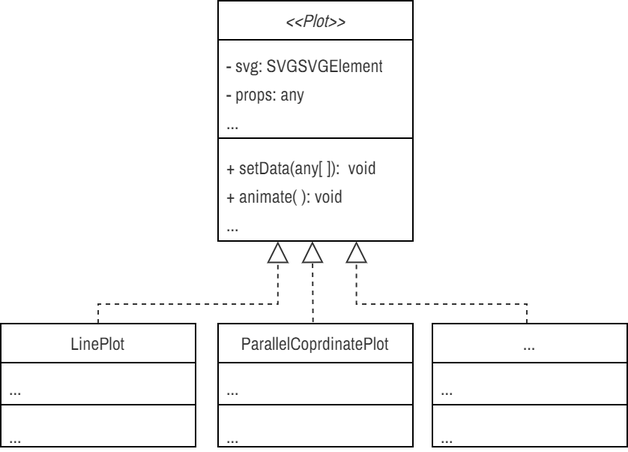
Above: public/static/doc/plot-classes.png in saifulkhan/storytelling-vis (draw.io), before the change. Source tidied: cells renumbered, new cells last; positions are measured from the earlier drawing's top-left corner, leaving out a move shared by most shapes.
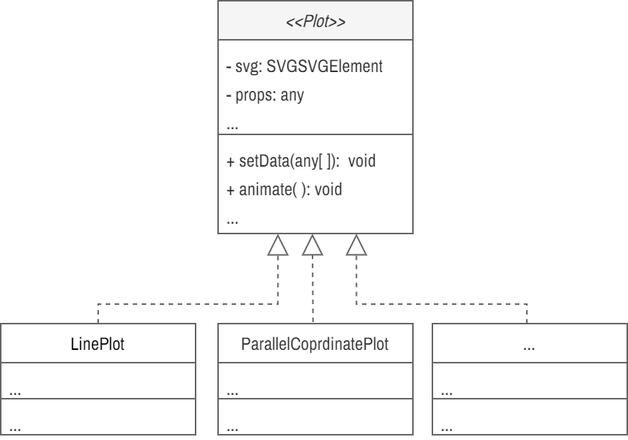
After the change.

Diff of the diagram source:
```diff
@@ -2,31 +2,25 @@
   <root>
     <mxCell id="0" />
     <mxCell id="1" parent="0" />
-    <mxCell id="2" value="&lt;font face=&quot;Archivo Narrow&quot; style=&quot;font-size: 12px; font-weight: normal;&quot;&gt;&lt;i&gt;&amp;lt;&amp;lt;Plot&amp;gt;&amp;gt;&lt;/i&gt;&lt;/font&gt;" style="swimlane;fontStyle=1;align=center;verticalAlign=top;horizontal=1;startSize=26;whiteSpace=wrap;html=1;fontFamily=Fira Sans Extra Condensed;fontSource=https%3A%2F%2Ffonts.googleapis.com%2Fcss%3Ffamily%3DFira%2BSans%2BExtra%2BCondensed;fontSize=12;fontColor=#333333;" parent="1" vertex="1">
-      <mxGeometry x="145" width="130" height="160" as="geometry" />
+    <mxCell id="2" value="&lt;font face=&quot;Archivo Narrow&quot; style=&quot;font-size: 12px; font-weight: normal;&quot;&gt;&lt;i&gt;&amp;lt;&amp;lt;Plot&amp;gt;&amp;gt;&lt;/i&gt;&lt;/font&gt;" style="swimlane;fontStyle=1;align=center;verticalAlign=top;horizontal=1;startSize=26;whiteSpace=wrap;html=1;fontFamily=Fira Sans Extra Condensed;fontSource=https%3A%2F%2Ffonts.googleapis.com%2Fcss%3Ffamily%3DFira%2BSans%2BExtra%2BCondensed;fontSize=12;fontColor=#333333;fillColor=#f5f5f5;strokeColor=#666666;" parent="1" vertex="1">
+      <mxGeometry x="145" width="130" height="155" as="geometry" />
     </mxCell>
-    <mxCell id="3" value="&lt;font face=&quot;Archivo Narrow&quot; style=&quot;font-size: 12px;&quot;&gt;- svg: SVGSVGElement&lt;/font&gt;&lt;div&gt;&lt;font face=&quot;Archivo Narrow&quot; style=&quot;font-size: 12px;&quot;&gt;- props: any&lt;/font&gt;&lt;/div&gt;&lt;div&gt;&lt;span style=&quot;font-size: 12px; font-family: &amp;quot;Archivo Narrow&amp;quot;; background-color: initial;&quot;&gt;...&lt;/span&gt;&lt;br&gt;&lt;/div&gt;" style="text;strokeColor=none;fillColor=none;align=left;verticalAlign=top;spacingLeft=4;spacingRight=4;overflow=hidden;whiteSpace=wrap;html=1;fontFamily=Fira Sans Extra Condensed;fontSource=https%3A%2F%2Ffonts.googleapis.com%2Fcss%3Ffamily%3DFira%2BSans%2BExtra%2BCondensed;fontSize=16;fontColor=#333333;" parent="2" vertex="1">
+    <mxCell id="3" value="&lt;font face=&quot;Archivo Narrow&quot; style=&quot;font-size: 12px;&quot;&gt;- svg: SVGSVGElement&lt;/font&gt;&lt;div&gt;&lt;font face=&quot;Archivo Narrow&quot; style=&quot;font-size: 12px;&quot;&gt;- props: any&lt;/font&gt;&lt;/div&gt;&lt;div&gt;&lt;span style=&quot;font-size: 12px; font-family: &amp;quot;Archivo Narrow&amp;quot;; background-color: initial;&quot;&gt;...&lt;/span&gt;&lt;br&gt;&lt;/div&gt;" style="text;strokeColor=#666666;fillColor=none;align=left;verticalAlign=top;spacingLeft=4;spacingRight=4;overflow=hidden;whiteSpace=wrap;html=1;fontFamily=Fira Sans Extra Condensed;fontSource=https%3A%2F%2Ffonts.googleapis.com%2Fcss%3Ffamily%3DFira%2BSans%2BExtra%2BCondensed;fontSize=16;fontColor=#333333;" parent="2" vertex="1">
       <mxGeometry y="26" width="130" height="63" as="geometry" />
     </mxCell>
-    <mxCell id="4" style="line;strokeWidth=1;fillColor=none;align=left;verticalAlign=middle;spacingTop=-1;spacingLeft=3;spacingRight=3;labelPosition=right;strokeColor=inherit;fontFamily=Fira Sans Extra Condensed;fontSource=https%3A%2F%2Ffonts.googleapis.com%2Fcss%3Ffamily%3DFira%2BSans%2BExtra%2BCondensed;fontSize=16;fontColor=#333333;" parent="2" vertex="1">
-      <mxGeometry y="89" width="130" height="5" as="geometry" />
-    </mxCell>
-    <mxCell id="5" value="&lt;font style=&quot;font-size: 12px;&quot; face=&quot;Archivo Narrow&quot;&gt;+ setData(any[ ]):&amp;nbsp; void&lt;br style=&quot;border-color: var(--border-color);&quot;&gt;+ animate( ):&amp;nbsp;&lt;/font&gt;&lt;span style=&quot;font-size: 12px; font-family: &amp;quot;Archivo Narrow&amp;quot;; background-color: initial;&quot;&gt;void&lt;/span&gt;&lt;div&gt;&lt;span style=&quot;font-size: 12px; font-family: &amp;quot;Archivo Narrow&amp;quot;; background-color: initial;&quot;&gt;...&lt;/span&gt;&lt;/div&gt;" style="text;strokeColor=none;fillColor=none;align=left;verticalAlign=top;spacingLeft=4;spacingRight=4;overflow=hidden;points=[[0,0.5],[1,0.5]];portConstraint=eastwest;whiteSpace=wrap;html=1;fontFamily=Fira Sans Extra Condensed;fontSource=https%3A%2F%2Ffonts.googleapis.com%2Fcss%3Ffamily%3DFira%2BSans%2BExtra%2BCondensed;fontSize=16;fontColor=#333333;" parent="2" vertex="1">
-      <mxGeometry y="94" width="130" height="66" as="geometry" />
+    <mxCell id="5" value="&lt;font style=&quot;font-size: 12px;&quot; face=&quot;Archivo Narrow&quot;&gt;+ setData(any[ ]):&amp;nbsp; void&lt;br style=&quot;border-color: var(--border-color);&quot;&gt;+ animate( ):&amp;nbsp;&lt;/font&gt;&lt;span style=&quot;font-size: 12px; font-family: &amp;quot;Archivo Narrow&amp;quot;; background-color: initial;&quot;&gt;void&lt;/span&gt;&lt;div&gt;&lt;span style=&quot;font-size: 12px; font-family: &amp;quot;Archivo Narrow&amp;quot;; background-color: initial;&quot;&gt;...&lt;/span&gt;&lt;/div&gt;" style="text;strokeColor=#666666;fillColor=none;align=left;verticalAlign=top;spacingLeft=4;spacingRight=4;overflow=hidden;points=[[0,0.5],[1,0.5]];portConstraint=eastwest;whiteSpace=wrap;html=1;fontFamily=Fira Sans Extra Condensed;fontSource=https%3A%2F%2Ffonts.googleapis.com%2Fcss%3Ffamily%3DFira%2BSans%2BExtra%2BCondensed;fontSize=16;fontColor=#333333;" parent="2" vertex="1">
+      <mxGeometry y="89" width="130" height="66" as="geometry" />
     </mxCell>
-    <mxCell id="6" value="&lt;span style=&quot;font-family: &amp;quot;Archivo Narrow&amp;quot;;&quot;&gt;LinePlot&lt;/span&gt;" style="swimlane;fontStyle=0;align=center;verticalAlign=top;horizontal=1;startSize=26;whiteSpace=wrap;html=1;fontFamily=Fira Sans Extra Condensed;fontSource=https%3A%2F%2Ffonts.googleapis.com%2Fcss%3Ffamily%3DFira%2BSans%2BExtra%2BCondensed;fontSize=12;fontColor=#333333;" parent="1" vertex="1">
-      <mxGeometry y="215" width="130" height="82" as="geometry" />
+    <mxCell id="6" value="&lt;span style=&quot;font-family: &amp;quot;Archivo Narrow&amp;quot;;&quot;&gt;LinePlot&lt;/span&gt;" style="swimlane;fontStyle=0;align=center;verticalAlign=top;horizontal=1;startSize=26;whiteSpace=wrap;html=1;fontFamily=Fira Sans Extra Condensed;fontSource=https%3A%2F%2Ffonts.googleapis.com%2Fcss%3Ffamily%3DFira%2BSans%2BExtra%2BCondensed;fontSize=12;strokeColor=#666666;" parent="1" vertex="1">
+      <mxGeometry y="215" width="130" height="74" as="geometry" />
     </mxCell>
-    <mxCell id="7" value="&lt;span style=&quot;font-size: 12px;&quot;&gt;&lt;font face=&quot;Archivo Narrow&quot;&gt;...&lt;/font&gt;&lt;/span&gt;" style="text;strokeColor=none;fillColor=none;align=left;verticalAlign=top;spacingLeft=4;spacingRight=4;overflow=hidden;whiteSpace=wrap;html=1;fontFamily=Fira Sans Extra Condensed;fontSource=https%3A%2F%2Ffonts.googleapis.com%2Fcss%3Ffamily%3DFira%2BSans%2BExtra%2BCondensed;fontSize=16;fontColor=#333333;" parent="6" vertex="1">
+    <mxCell id="7" value="&lt;span style=&quot;font-size: 12px;&quot;&gt;&lt;font face=&quot;Archivo Narrow&quot;&gt;...&lt;/font&gt;&lt;/span&gt;" style="text;strokeColor=#666666;fillColor=none;align=left;verticalAlign=top;spacingLeft=4;spacingRight=4;overflow=hidden;whiteSpace=wrap;html=1;fontFamily=Fira Sans Extra Condensed;fontSource=https%3A%2F%2Ffonts.googleapis.com%2Fcss%3Ffamily%3DFira%2BSans%2BExtra%2BCondensed;fontSize=16;fontColor=#333333;" parent="6" vertex="1">
       <mxGeometry y="26" width="130" height="24" as="geometry" />
     </mxCell>
-    <mxCell id="8" style="line;strokeWidth=1;fillColor=none;align=left;verticalAlign=middle;spacingTop=-1;spacingLeft=3;spacingRight=3;labelPosition=right;strokeColor=inherit;fontFamily=Fira Sans Extra Condensed;fontSource=https%3A%2F%2Ffonts.googleapis.com%2Fcss%3Ffamily%3DFira%2BSans%2BExtra%2BCondensed;fontSize=16;fontColor=#333333;" parent="6" vertex="1">
-      <mxGeometry y="50" width="130" height="8" as="geometry" />
-    </mxCell>
-    <mxCell id="9" value="&lt;font face=&quot;Archivo Narrow&quot; style=&quot;font-size: 12px;&quot;&gt;...&lt;/font&gt;" style="text;strokeColor=none;fillColor=none;align=left;verticalAlign=top;spacingLeft=4;spacingRight=4;overflow=hidden;whiteSpace=wrap;html=1;fontFamily=Fira Sans Extra Condensed;fontSource=https%3A%2F%2Ffonts.googleapis.com%2Fcss%3Ffamily%3DFira%2BSans%2BExtra%2BCondensed;fontSize=16;fontColor=#333333;" parent="6" vertex="1">
-      <mxGeometry y="58" width="130" height="24" as="geometry" />
+    <mxCell id="9" value="&lt;font face=&quot;Archivo Narrow&quot; style=&quot;font-size: 12px;&quot;&gt;...&lt;/font&gt;" style="text;strokeColor=#666666;fillColor=none;align=left;verticalAlign=top;spacingLeft=4;spacingRight=4;overflow=hidden;whiteSpace=wrap;html=1;fontFamily=Fira Sans Extra Condensed;fontSource=https%3A%2F%2Ffonts.googleapis.com%2Fcss%3Ffamily%3DFira%2BSans%2BExtra%2BCondensed;fontSize=16;fontColor=#333333;" parent="6" vertex="1">
+      <mxGeometry y="50" width="130" height="24" as="geometry" />
     </mxCell>
-    <mxCell id="10" style="endArrow=block;dashed=1;endFill=0;endSize=12;html=1;rounded=0;fontColor=#333333;exitX=0.5;exitY=0;exitDx=0;exitDy=0;entryX=0.307;entryY=1.002;entryDx=0;entryDy=0;entryPerimeter=0;edgeStyle=orthogonalEdgeStyle;strokeColor=#333333;" parent="1" edge="1" source="6" target="5">
+    <mxCell id="10" style="endArrow=block;dashed=1;endFill=0;endSize=12;html=1;rounded=0;fontColor=#333333;exitX=0.5;exitY=0;exitDx=0;exitDy=0;entryX=0.307;entryY=1.002;entryDx=0;entryDy=0;entryPerimeter=0;edgeStyle=orthogonalEdgeStyle;strokeColor=#666666;" parent="1" edge="1" source="6" target="5">
       <mxGeometry relative="1" as="geometry">
         <Array as="points">
           <mxPoint x="65" y="202" />
@@ -34,12 +28,12 @@
         </Array>
       </mxGeometry>
     </mxCell>
-    <mxCell id="11" style="endArrow=block;dashed=1;endFill=0;endSize=12;html=1;rounded=0;fontColor=#333333;exitX=0.495;exitY=-0.025;exitDx=0;exitDy=0;exitPerimeter=0;strokeColor=#333333;entryX=0.484;entryY=1.001;entryDx=0;entryDy=0;entryPerimeter=0;" parent="1" edge="1" target="5">
+    <mxCell id="11" style="endArrow=block;dashed=1;endFill=0;endSize=12;html=1;rounded=0;fontColor=#333333;exitX=0.495;exitY=-0.025;exitDx=0;exitDy=0;exitPerimeter=0;strokeColor=#666666;entryX=0.484;entryY=1.001;entryDx=0;entryDy=0;entryPerimeter=0;" parent="1" edge="1" target="5">
       <mxGeometry relative="1" as="geometry">
         <mxPoint x="208.3" y="214" as="sourcePoint" />
       </mxGeometry>
     </mxCell>
-    <mxCell id="12" style="endArrow=block;dashed=1;endFill=0;endSize=12;html=1;rounded=0;fontColor=#333333;exitX=0.5;exitY=0;exitDx=0;exitDy=0;entryX=0.71;entryY=1.001;entryDx=0;entryDy=0;entryPerimeter=0;edgeStyle=orthogonalEdgeStyle;strokeColor=#333333;" parent="1" edge="1" target="5">
+    <mxCell id="12" style="endArrow=block;dashed=1;endFill=0;endSize=12;html=1;rounded=0;fontColor=#333333;exitX=0.5;exitY=0;exitDx=0;exitDy=0;entryX=0.71;entryY=1.001;entryDx=0;entryDy=0;entryPerimeter=0;edgeStyle=orthogonalEdgeStyle;strokeColor=#666666;" parent="1" edge="1" target="5">
       <mxGeometry relative="1" as="geometry">
         <mxPoint x="351" y="215" as="sourcePoint" />
         <Array as="points">
@@ -48,29 +42,23 @@
         </Array>
       </mxGeometry>
     </mxCell>
-    <mxCell id="13" value="&lt;font face=&quot;Archivo Narrow&quot;&gt;&lt;span style=&quot;&quot;&gt;...&lt;/span&gt;&lt;/font&gt;" style="swimlane;fontStyle=0;align=center;verticalAlign=top;horizontal=1;startSize=26;whiteSpace=wrap;html=1;fontFamily=Fira Sans Extra Condensed;fontSource=https%3A%2F%2Ffonts.googleapis.com%2Fcss%3Ffamily%3DFira%2BSans%2BExtra%2BCondensed;fontSize=12;fontColor=#333333;" parent="1" vertex="1">
-      <mxGeometry x="288" y="215" width="130" height="82" as="geometry" />
+    <mxCell id="13" value="&lt;font face=&quot;Archivo Narrow&quot;&gt;&lt;span style=&quot;&quot;&gt;...&lt;/span&gt;&lt;/font&gt;" style="swimlane;fontStyle=0;align=center;verticalAlign=top;horizontal=1;startSize=26;whiteSpace=wrap;html=1;fontFamily=Fira Sans Extra Condensed;fontSource=https%3A%2F%2Ffonts.googleapis.com%2Fcss%3Ffamily%3DFira%2BSans%2BExtra%2BCondensed;fontSize=12;fontColor=#333333;strokeColor=#666666;" parent="1" vertex="1">
+      <mxGeometry x="288" y="215" width="130" height="74" as="geometry" />
     </mxCell>
-    <mxCell id="14" value="&lt;span style=&quot;font-size: 12px;&quot;&gt;&lt;font face=&quot;Archivo Narrow&quot;&gt;...&lt;/font&gt;&lt;/span&gt;" style="text;strokeColor=none;fillColor=none;align=left;verticalAlign=top;spacingLeft=4;spacingRight=4;overflow=hidden;whiteSpace=wrap;html=1;fontFamily=Fira Sans Extra Condensed;fontSource=https%3A%2F%2Ffonts.googleapis.com%2Fcss%3Ffamily%3DFira%2BSans%2BExtra%2BCondensed;fontSize=16;fontColor=#333333;" parent="13" vertex="1">
+    <mxCell id="14" value="&lt;span style=&quot;font-size: 12px;&quot;&gt;&lt;font face=&quot;Archivo Narrow&quot;&gt;...&lt;/font&gt;&lt;/span&gt;" style="text;strokeColor=#666666;fillColor=none;align=left;verticalAlign=top;spacingLeft=4;spacingRight=4;overflow=hidden;whiteSpace=wrap;html=1;fontFamily=Fira Sans Extra Condensed;fontSource=https%3A%2F%2Ffonts.googleapis.com%2Fcss%3Ffamily%3DFira%2BSans%2BExtra%2BCondensed;fontSize=16;fontColor=#333333;" parent="13" vertex="1">
       <mxGeometry y="26" width="130" height="24" as="geometry" />
     </mxCell>
-    <mxCell id="15" style="line;strokeWidth=1;fillColor=none;align=left;verticalAlign=middle;spacingTop=-1;spacingLeft=3;spacingRight=3;labelPosition=right;strokeColor=inherit;fontFamily=Fira Sans Extra Condensed;fontSource=https%3A%2F%2Ffonts.googleapis.com%2Fcss%3Ffamily%3DFira%2BSans%2BExtra%2BCondensed;fontSize=16;fontColor=#333333;" parent="13" vertex="1">
-      <mxGeometry y="50" width="130" height="8" as="geometry" />
-    </mxCell>
-    <mxCell id="16" value="&lt;font face=&quot;Archivo Narrow&quot; style=&quot;font-size: 12px;&quot;&gt;...&lt;/font&gt;" style="text;strokeColor=none;fillColor=none;align=left;verticalAlign=top;spacingLeft=4;spacingRight=4;overflow=hidden;whiteSpace=wrap;html=1;fontFamily=Fira Sans Extra Condensed;fontSource=https%3A%2F%2Ffonts.googleapis.com%2Fcss%3Ffamily%3DFira%2BSans%2BExtra%2BCondensed;fontSize=16;fontColor=#333333;" parent="13" vertex="1">
-      <mxGeometry y="58" width="130" height="24" as="geometry" />
+    <mxCell id="16" value="&lt;font face=&quot;Archivo Narrow&quot; style=&quot;font-size: 12px;&quot;&gt;...&lt;/font&gt;" style="text;strokeColor=#666666;fillColor=none;align=left;verticalAlign=top;spacingLeft=4;spacingRight=4;overflow=hidden;whiteSpace=wrap;html=1;fontFamily=Fira Sans Extra Condensed;fontSource=https%3A%2F%2Ffonts.googleapis.com%2Fcss%3Ffamily%3DFira%2BSans%2BExtra%2BCondensed;fontSize=16;fontColor=#333333;" parent="13" vertex="1">
+      <mxGeometry y="50" width="130" height="24" as="geometry" />
     </mxCell>
-    <mxCell id="17" value="&lt;span style=&quot;font-family: &amp;quot;Archivo Narrow&amp;quot;;&quot;&gt;ParallelCoprdinatePlot&lt;/span&gt;" style="swimlane;fontStyle=0;align=center;verticalAlign=top;horizontal=1;startSize=26;whiteSpace=wrap;html=1;fontFamily=Fira Sans Extra Condensed;fontSource=https%3A%2F%2Ffonts.googleapis.com%2Fcss%3Ffamily%3DFira%2BSans%2BExtra%2BCondensed;fontSize=12;fontColor=#333333;" parent="1" vertex="1">
-      <mxGeometry x="145" y="215" width="130" height="82" as="geometry" />
+    <mxCell id="17" value="&lt;span style=&quot;font-family: &amp;quot;Archivo Narrow&amp;quot;;&quot;&gt;ParallelCoprdinatePlot&lt;/span&gt;" style="swimlane;fontStyle=0;align=center;verticalAlign=top;horizontal=1;startSize=26;whiteSpace=wrap;html=1;fontFamily=Fira Sans Extra Condensed;fontSource=https%3A%2F%2Ffonts.googleapis.com%2Fcss%3Ffamily%3DFira%2BSans%2BExtra%2BCondensed;fontSize=12;fontColor=#333333;strokeColor=#666666;" parent="1" vertex="1">
+      <mxGeometry x="145" y="215" width="130" height="74" as="geometry" />
     </mxCell>
-    <mxCell id="18" value="&lt;span style=&quot;font-size: 12px;&quot;&gt;&lt;font face=&quot;Archivo Narrow&quot;&gt;...&lt;/font&gt;&lt;/span&gt;" style="text;strokeColor=none;fillColor=none;align=left;verticalAlign=top;spacingLeft=4;spacingRight=4;overflow=hidden;whiteSpace=wrap;html=1;fontFamily=Fira Sans Extra Condensed;fontSource=https%3A%2F%2Ffonts.googleapis.com%2Fcss%3Ffamily%3DFira%2BSans%2BExtra%2BCondensed;fontSize=16;fontColor=#333333;" parent="17" vertex="1">
+    <mxCell id="18" value="&lt;span style=&quot;font-size: 12px;&quot;&gt;&lt;font face=&quot;Archivo Narrow&quot;&gt;...&lt;/font&gt;&lt;/span&gt;" style="text;strokeColor=#666666;fillColor=none;align=left;verticalAlign=top;spacingLeft=4;spacingRight=4;overflow=hidden;whiteSpace=wrap;html=1;fontFamily=Fira Sans Extra Condensed;fontSource=https%3A%2F%2Ffonts.googleapis.com%2Fcss%3Ffamily%3DFira%2BSans%2BExtra%2BCondensed;fontSize=16;fontColor=#333333;" parent="17" vertex="1">
       <mxGeometry y="26" width="130" height="24" as="geometry" />
     </mxCell>
-    <mxCell id="19" style="line;strokeWidth=1;fillColor=none;align=left;verticalAlign=middle;spacingTop=-1;spacingLeft=3;spacingRight=3;labelPosition=right;strokeColor=inherit;fontFamily=Fira Sans Extra Condensed;fontSource=https%3A%2F%2Ffonts.googleapis.com%2Fcss%3Ffamily%3DFira%2BSans%2BExtra%2BCondensed;fontSize=16;fontColor=#333333;" parent="17" vertex="1">
-      <mxGeometry y="50" width="130" height="8" as="geometry" />
-    </mxCell>
-    <mxCell id="20" value="&lt;font face=&quot;Archivo Narrow&quot; style=&quot;font-size: 12px;&quot;&gt;...&lt;/font&gt;" style="text;strokeColor=none;fillColor=none;align=left;verticalAlign=top;spacingLeft=4;spacingRight=4;overflow=hidden;whiteSpace=wrap;html=1;fontFamily=Fira Sans Extra Condensed;fontSource=https%3A%2F%2Ffonts.googleapis.com%2Fcss%3Ffamily%3DFira%2BSans%2BExtra%2BCondensed;fontSize=16;fontColor=#333333;" parent="17" vertex="1">
-      <mxGeometry y="58" width="130" height="24" as="geometry" />
+    <mxCell id="20" value="&lt;font face=&quot;Archivo Narrow&quot; style=&quot;font-size: 12px;&quot;&gt;...&lt;/font&gt;" style="text;strokeColor=#666666;fillColor=none;align=left;verticalAlign=top;spacingLeft=4;spacingRight=4;overflow=hidden;whiteSpace=wrap;html=1;fontFamily=Fira Sans Extra Condensed;fontSource=https%3A%2F%2Ffonts.googleapis.com%2Fcss%3Ffamily%3DFira%2BSans%2BExtra%2BCondensed;fontSize=16;fontColor=#333333;" parent="17" vertex="1">
+      <mxGeometry y="50" width="130" height="24" as="geometry" />
     </mxCell>
   </root>
 </mxGraphModel>
```
